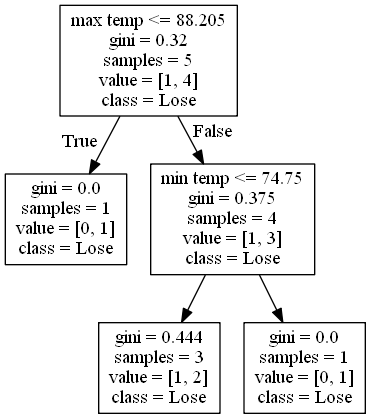
Earlier version of the Graphviz export DecisionTrees/Pac-12decision_tree_no_score_or_attendance7.png (alexana-steck/CSE482Project). Its source is kept beside it as DecisionTrees/Pac-12decision_tree_no_score_or_attendance7.dot.
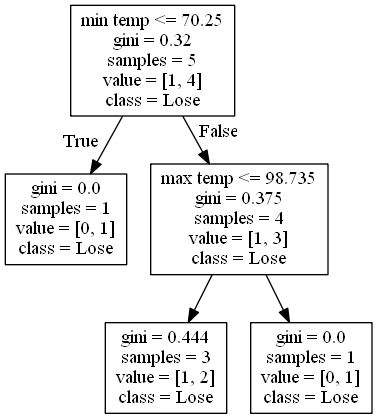
After the commit.

Change to the diagram source:
```diff
@@ -1,9 +1,9 @@
 digraph Tree {
 node [shape=box] ;
-0 [label="max temp <= 88.205\ngini = 0.32\nsamples = 5\nvalue = [1, 4]\nclass = Lose"] ;
+0 [label="min temp <= 70.25\ngini = 0.32\nsamples = 5\nvalue = [1, 4]\nclass = Lose"] ;
 1 [label="gini = 0.0\nsamples = 1\nvalue = [0, 1]\nclass = Lose"] ;
 0 -> 1 [labeldistance=2.5, labelangle=45, headlabel="True"] ;
-2 [label="min temp <= 74.75\ngini = 0.375\nsamples = 4\nvalue = [1, 3]\nclass = Lose"] ;
+2 [label="max temp <= 98.735\ngini = 0.375\nsamples = 4\nvalue = [1, 3]\nclass = Lose"] ;
 0 -> 2 [labeldistance=2.5, labelangle=-45, headlabel="False"] ;
 3 [label="gini = 0.444\nsamples = 3\nvalue = [1, 2]\nclass = Lose"] ;
 2 -> 3 ;
```
